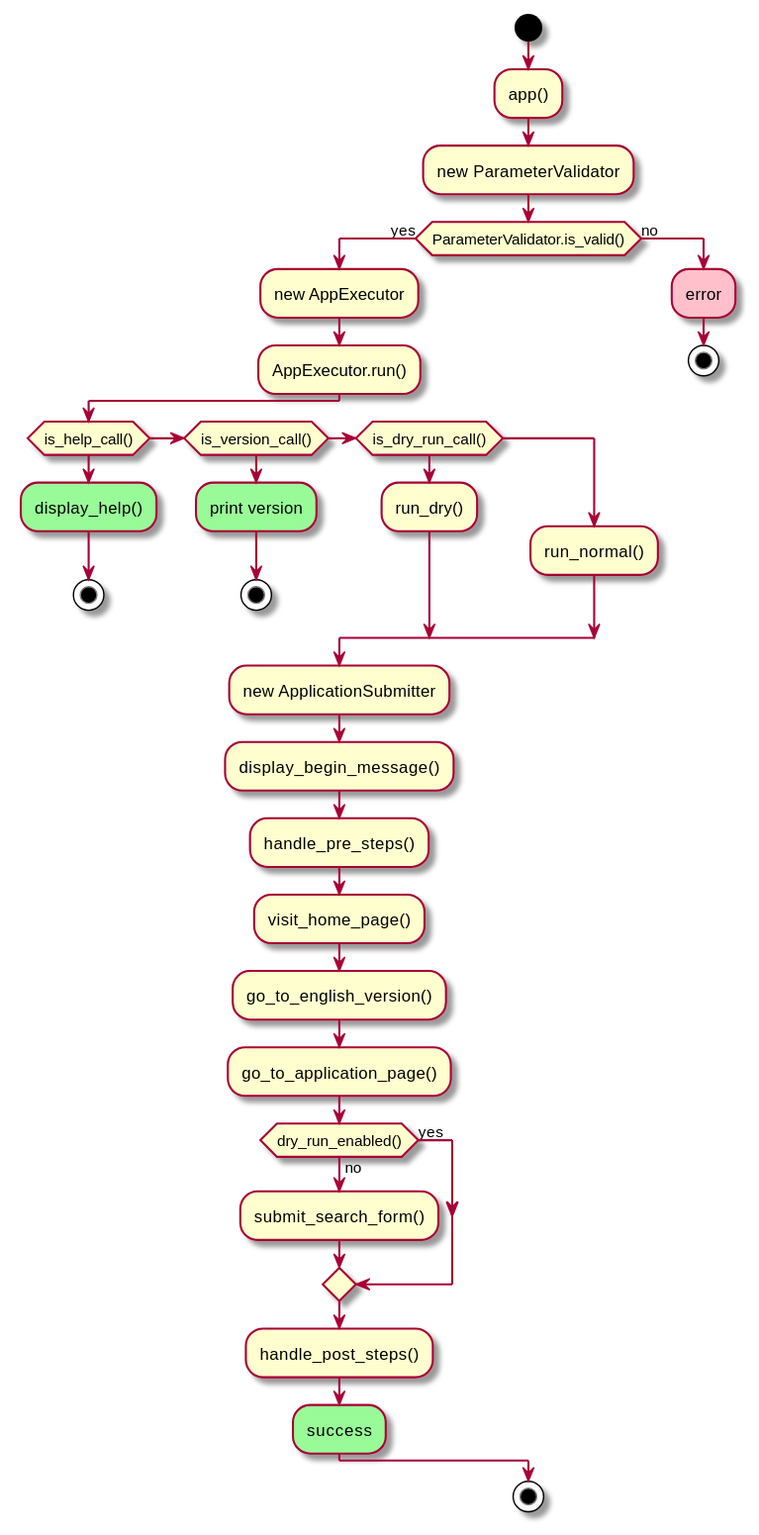
The PlantUML diagram images/activity_diagram.svg in sksdotsauravs-beuth/application-automizer, before a commit. The source it was exported from:
```plantuml
@startuml
start
:app();
:new ParameterValidator;
if (ParameterValidator.is_valid()) then (yes)
  :new AppExecutor;
  :AppExecutor.run();
  if (is_help_call())
    #palegreen:display_help();
    stop
  elseif (is_version_call())
    #palegreen:print version;
    stop
  elseif (is_dry_run_call())
    :run_dry();
  else
    :run_normal();
  endif
  :new ApplicationSubmitter;
  :display_begin_message();
  :handle_pre_steps();
  :visit_home_page();
  :go_to_english_version();
  :go_to_application_page();
  if (dry_run_enabled()) then (yes)
  else (no)
    :submit_search_form();
  endif
  :handle_post_steps();
  #palegreen:success;
else (no)
  #pink:error;
  stop
endif
stop
@enduml
```
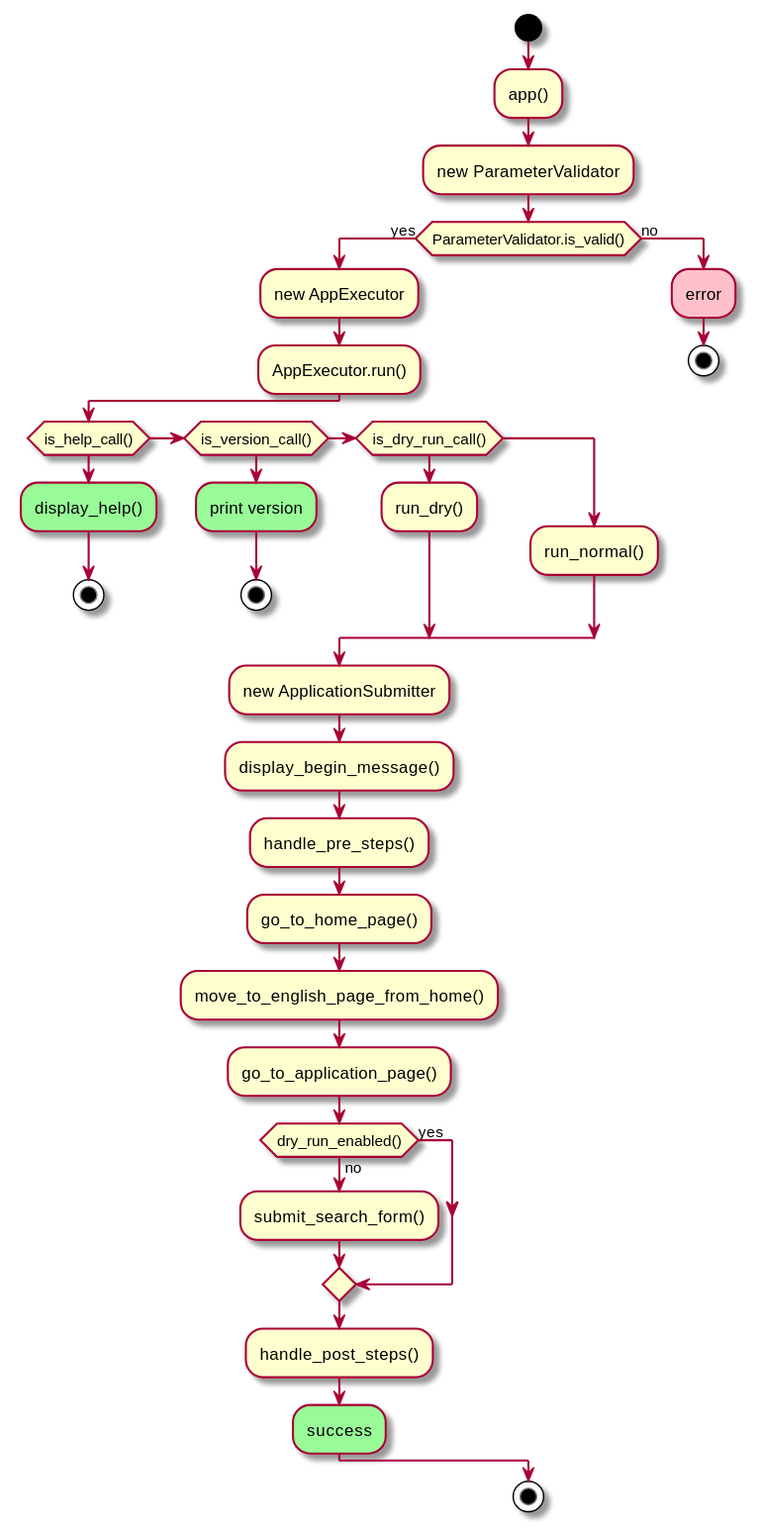
After the change.

Commit message:
- updated plant-uml activity diagram

What changed in the source:
```diff
@@ -19,8 +19,8 @@
   :new ApplicationSubmitter;
   :display_begin_message();
   :handle_pre_steps();
-  :visit_home_page();
-  :go_to_english_version();
+  :go_to_home_page();
+  :move_to_english_page_from_home();
   :go_to_application_page();
   if (dry_run_enabled()) then (yes)
   else (no)
```
